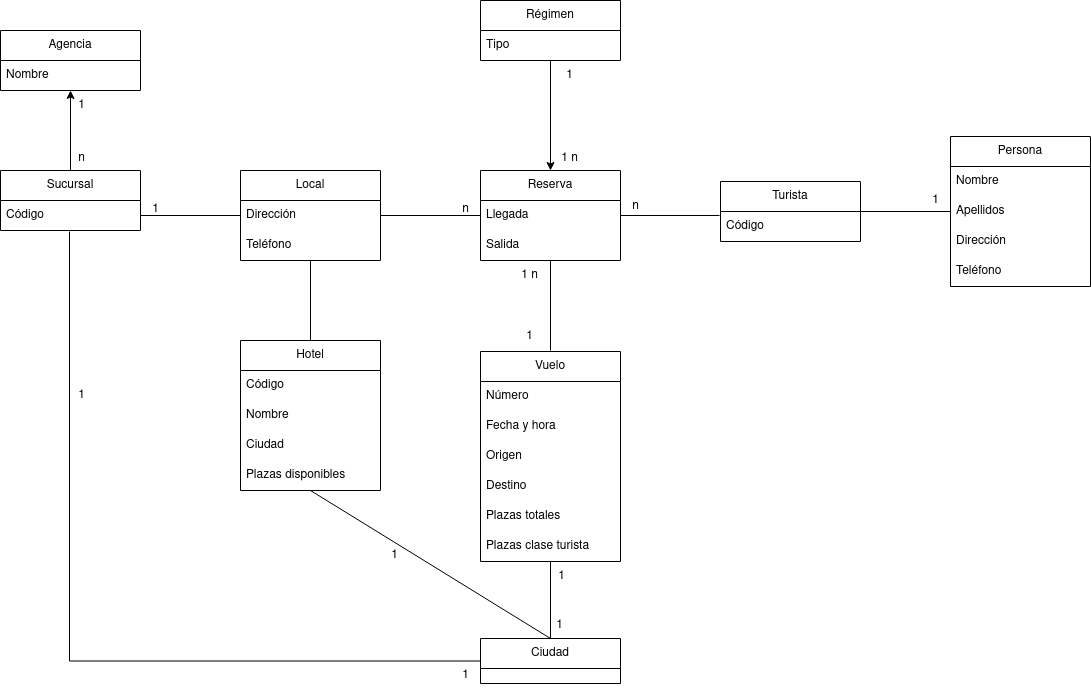
The draw.io diagram Tema 5. Diagramas de clase/Tarea 2. Agencia viajes/img/AgenciaViajes.drawio.png in colidom/ets, before a commit. Source tidied: cells renumbered, new cells last; positions are measured from the earlier drawing's top-left corner, leaving out a move shared by most shapes.
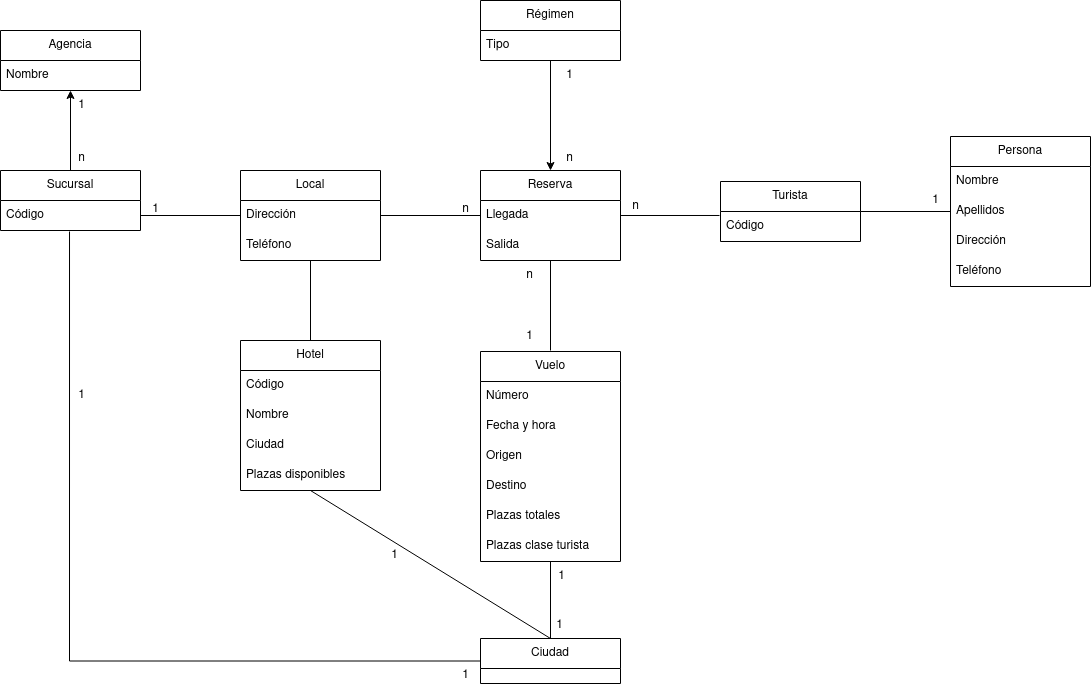
Later version of the same file.

Change to the diagram source:
```diff
@@ -155,8 +155,8 @@
     <mxCell id="50" value="1" style="text;html=1;align=center;verticalAlign=middle;strokeColor=none;fillColor=none;" parent="1" vertex="1">
       <mxGeometry x="514" y="321" width="30" height="30" as="geometry" />
     </mxCell>
-    <mxCell id="51" value="1 n" style="text;html=1;align=center;verticalAlign=middle;strokeColor=none;fillColor=none;" parent="1" vertex="1">
-      <mxGeometry x="509" y="260" width="40" height="30" as="geometry" />
+    <mxCell id="51" value="n" style="text;html=1;align=center;verticalAlign=middle;strokeColor=none;fillColor=none;" parent="1" vertex="1">
+      <mxGeometry x="514" y="260" width="30" height="30" as="geometry" />
     </mxCell>
     <mxCell id="52" value="n" style="text;html=1;align=center;verticalAlign=middle;strokeColor=none;fillColor=none;" parent="1" vertex="1">
       <mxGeometry x="620" y="191" width="30" height="30" as="geometry" />
@@ -173,8 +173,8 @@
     <mxCell id="56" value="Tipo" style="text;strokeColor=none;fillColor=none;align=left;verticalAlign=middle;spacingLeft=4;spacingRight=4;overflow=hidden;whiteSpace=wrap;html=1;" parent="55" vertex="1">
       <mxGeometry y="30" width="140" height="30" as="geometry" />
     </mxCell>
-    <mxCell id="57" value="1 n" style="text;html=1;align=center;verticalAlign=middle;strokeColor=none;fillColor=none;" parent="1" vertex="1">
-      <mxGeometry x="549" y="143" width="40" height="30" as="geometry" />
+    <mxCell id="57" value="n" style="text;html=1;align=center;verticalAlign=middle;strokeColor=none;fillColor=none;" parent="1" vertex="1">
+      <mxGeometry x="554" y="143" width="30" height="30" as="geometry" />
     </mxCell>
     <mxCell id="58" value="1" style="text;html=1;align=center;verticalAlign=middle;strokeColor=none;fillColor=none;" parent="1" vertex="1">
       <mxGeometry x="554" y="60" width="30" height="30" as="geometry" />
```
